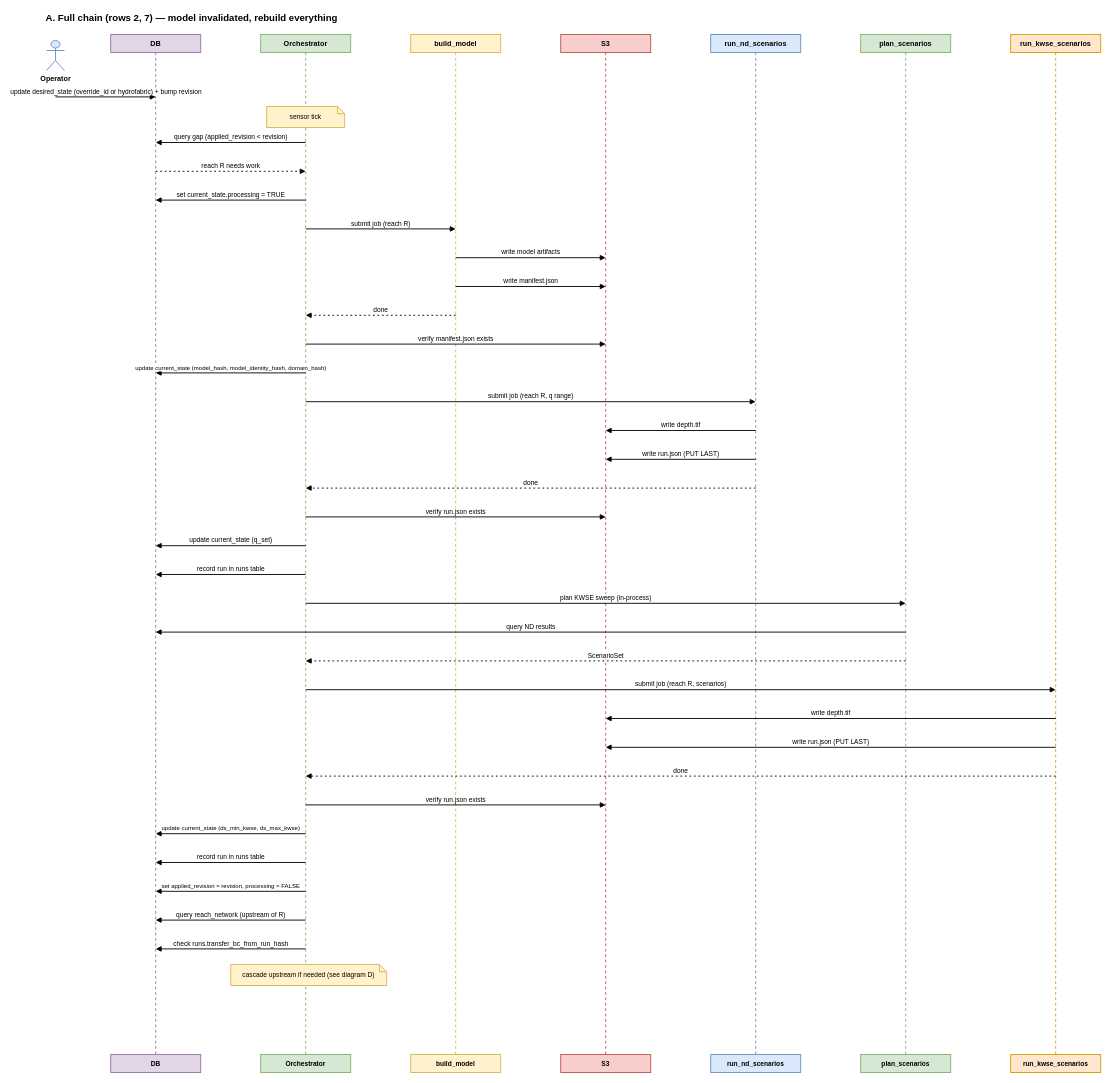
Above: page "A-full-chain" (1 of 4) of system-design/trigger-sequence-diagrams.drawio in NOAA-OWP/twod-fim-knowledge-base (draw.io), before the change. Source tidied: cells renumbered, new cells numbered last; positions are measured from the earlier drawing's top-left corner, leaving out a move shared by most shapes. Both pictures are drawn from the tidied source at 60%, with x=0, y=0 at pixel (44, 10).
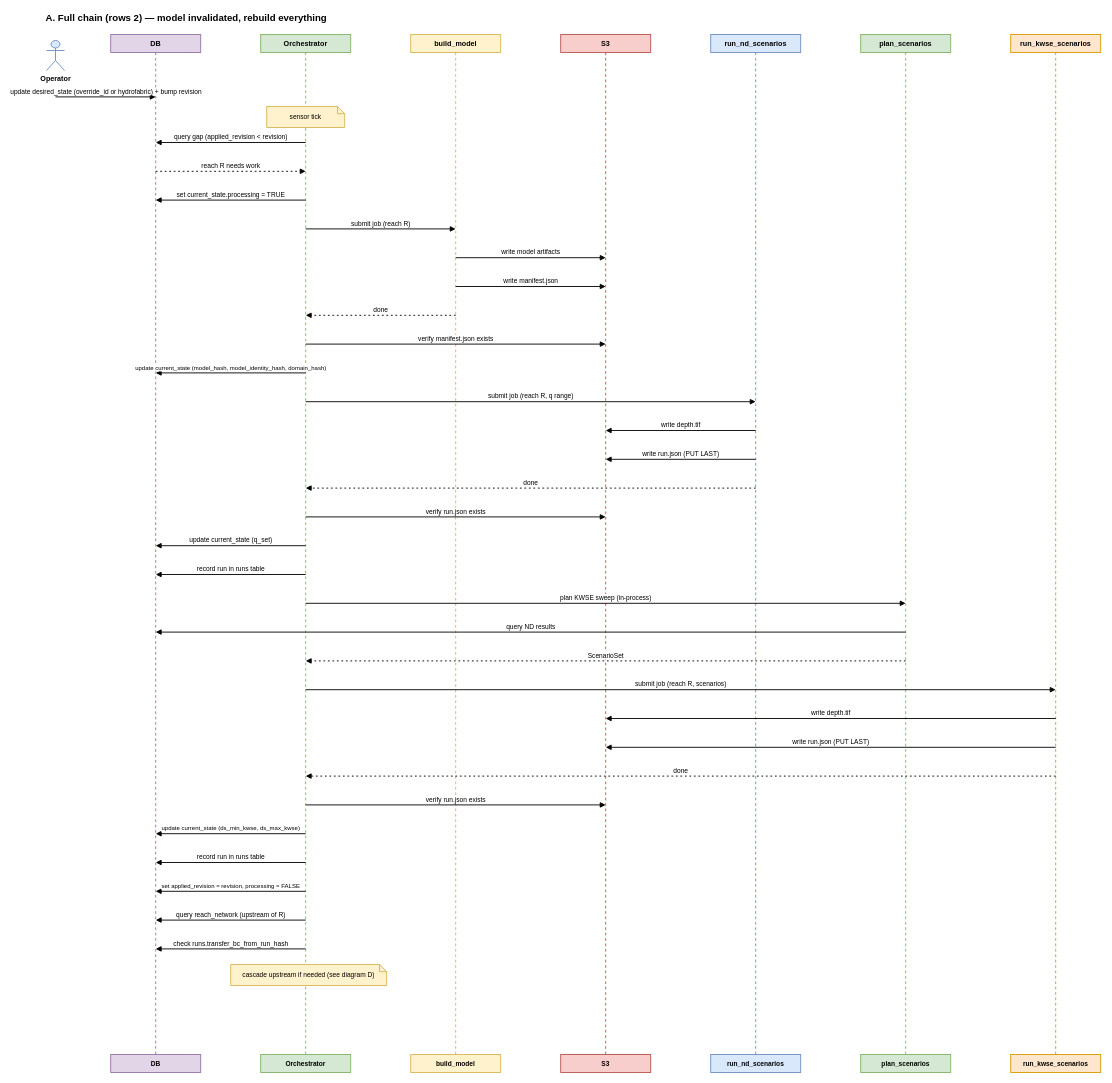
The same diagram, later.

Diff of the diagram source:
```diff
@@
-    <mxCell id="2" value="A. Full chain (rows 2, 7) — model invalidated, rebuild everything" style="text;html=1;fontStyle=1;fontSize=16;align=left;verticalAlign=middle;strokeWidth=1.5;" parent="1" vertex="1">
+    <mxCell id="2" value="A. Full chain (rows 2) — model invalidated, rebuild everything" style="text;html=1;fontStyle=1;fontSize=16;align=left;verticalAlign=middle;strokeWidth=1.5;" parent="1" vertex="1">
       <mxGeometry width="700" height="24" as="geometry" />
     </mxCell>
```
